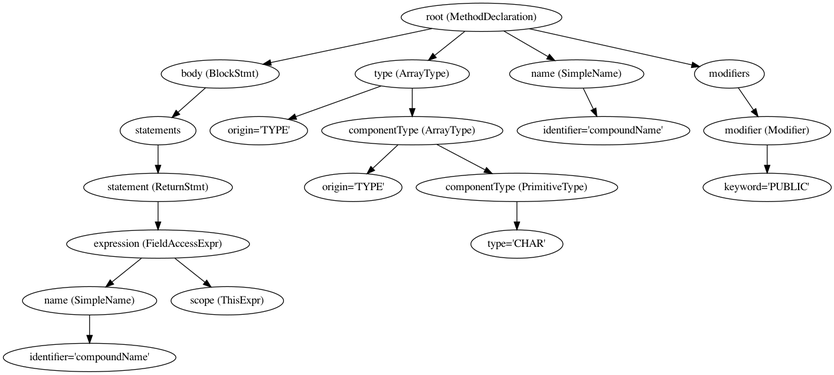
The Graphviz diagram target/classes/test.png in zhangyue-se/token-builder, before a commit. Its source is kept beside it as target/classes/test.dot.
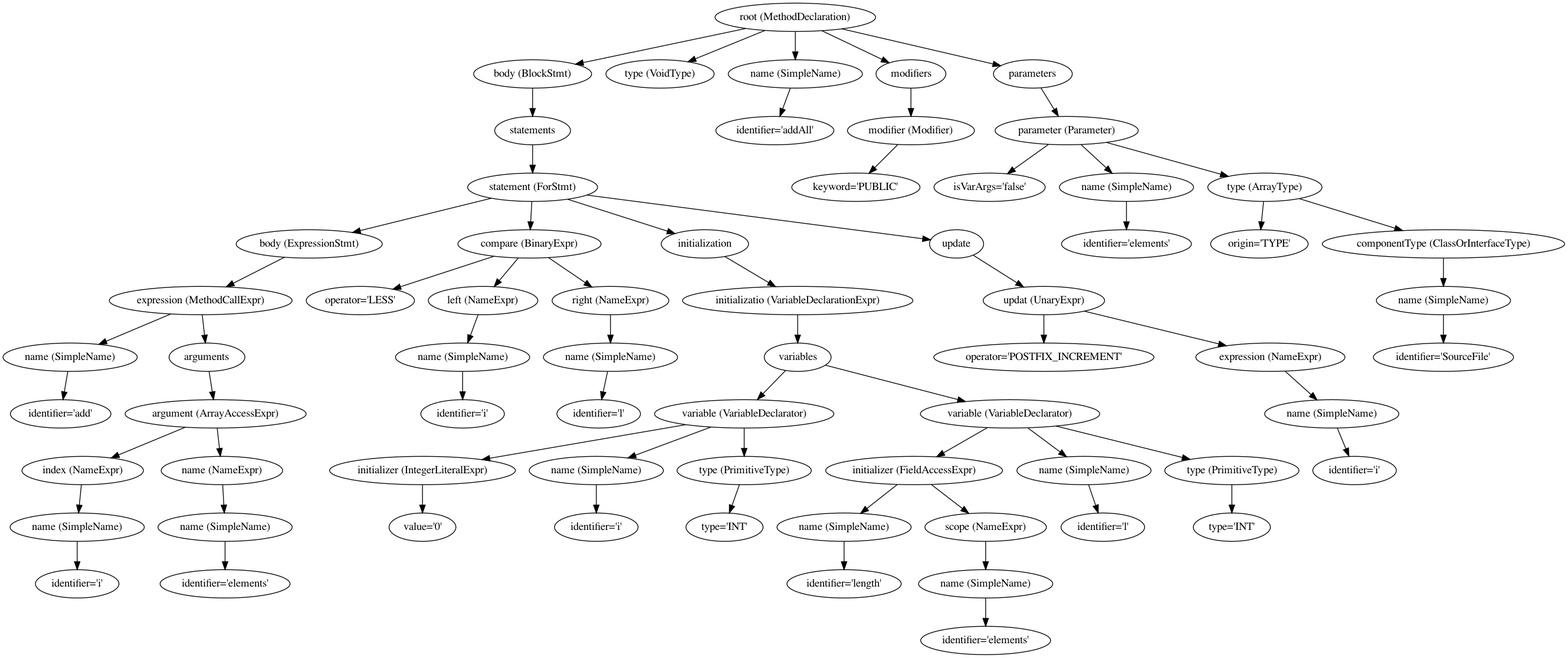
The same diagram one commit later.

Diff of the diagram source:
```diff
@@ -4,36 +4,132 @@
 n0 -> n1;
 n2 [label="statements"];
 n1 -> n2;
-n3 [label="statement (ReturnStmt)"];
+n3 [label="statement (ForStmt)"];
 n2 -> n3;
-n4 [label="expression (FieldAccessExpr)"];
+n4 [label="body (ExpressionStmt)"];
 n3 -> n4;
-n5 [label="name (SimpleName)"];
+n5 [label="expression (MethodCallExpr)"];
 n4 -> n5;
-n6 [label="identifier='compoundName'"];
+n6 [label="name (SimpleName)"];
 n5 -> n6;
-n7 [label="scope (ThisExpr)"];
-n4 -> n7;
-n8 [label="type (ArrayType)"];
-n0 -> n8;
-n9 [label="origin='TYPE'"];
+n7 [label="identifier='add'"];
+n6 -> n7;
+n8 [label="arguments"];
+n5 -> n8;
+n9 [label="argument (ArrayAccessExpr)"];
 n8 -> n9;
-n10 [label="componentType (ArrayType)"];
-n8 -> n10;
-n11 [label="origin='TYPE'"];
+n10 [label="index (NameExpr)"];
+n9 -> n10;
+n11 [label="name (SimpleName)"];
 n10 -> n11;
-n12 [label="componentType (PrimitiveType)"];
-n10 -> n12;
-n13 [label="type='CHAR'"];
-n12 -> n13;
+n12 [label="identifier='i'"];
+n11 -> n12;
+n13 [label="name (NameExpr)"];
+n9 -> n13;
 n14 [label="name (SimpleName)"];
-n0 -> n14;
-n15 [label="identifier='compoundName'"];
+n13 -> n14;
+n15 [label="identifier='elements'"];
 n14 -> n15;
-n16 [label="modifiers"];
-n0 -> n16;
-n17 [label="modifier (Modifier)"];
+n16 [label="compare (BinaryExpr)"];
+n3 -> n16;
+n17 [label="operator='LESS'"];
 n16 -> n17;
-n18 [label="keyword='PUBLIC'"];
-n17 -> n18;
+n18 [label="left (NameExpr)"];
+n16 -> n18;
+n19 [label="name (SimpleName)"];
+n18 -> n19;
+n20 [label="identifier='i'"];
+n19 -> n20;
+n21 [label="right (NameExpr)"];
+n16 -> n21;
+n22 [label="name (SimpleName)"];
+n21 -> n22;
+n23 [label="identifier='l'"];
+n22 -> n23;
+n24 [label="initialization"];
+n3 -> n24;
+n25 [label="initializatio (VariableDeclarationExpr)"];
+n24 -> n25;
+n26 [label="variables"];
+n25 -> n26;
+n27 [label="variable (VariableDeclarator)"];
+n26 -> n27;
+n28 [label="initializer (IntegerLiteralExpr)"];
+n27 -> n28;
+n29 [label="value='0'"];
+n28 -> n29;
+n30 [label="name (SimpleName)"];
+n27 -> n30;
+n31 [label="identifier='i'"];
+n30 -> n31;
+n32 [label="type (PrimitiveType)"];
+n27 -> n32;
+n33 [label="type='INT'"];
+n32 -> n33;
+n34 [label="variable (VariableDeclarator)"];
+n26 -> n34;
+n35 [label="initializer (FieldAccessExpr)"];
+n34 -> n35;
+n36 [label="name (SimpleName)"];
+n35 -> n36;
+n37 [label="identifier='length'"];
+n36 -> n37;
+n38 [label="scope (NameExpr)"];
+n35 -> n38;
+n39 [label="name (SimpleName)"];
+n38 -> n39;
+n40 [label="identifier='elements'"];
+n39 -> n40;
+n41 [label="name (SimpleName)"];
+n34 -> n41;
+n42 [label="identifier='l'"];
+n41 -> n42;
+n43 [label="type (PrimitiveType)"];
+n34 -> n43;
+n44 [label="type='INT'"];
+n43 -> n44;
+n45 [label="update"];
+n3 -> n45;
+n46 [label="updat (UnaryExpr)"];
+n45 -> n46;
+n47 [label="operator='POSTFIX_INCREMENT'"];
+n46 -> n47;
+n48 [label="expression (NameExpr)"];
+n46 -> n48;
+n49 [label="name (SimpleName)"];
+n48 -> n49;
+n50 [label="identifier='i'"];
+n49 -> n50;
+n51 [label="type (VoidType)"];
+n0 -> n51;
+n52 [label="name (SimpleName)"];
+n0 -> n52;
+n53 [label="identifier='addAll'"];
+n52 -> n53;
+n54 [label="modifiers"];
+n0 -> n54;
+n55 [label="modifier (Modifier)"];
+n54 -> n55;
+n56 [label="keyword='PUBLIC'"];
+n55 -> n56;
+n57 [label="parameters"];
+n0 -> n57;
+n58 [label="parameter (Parameter)"];
+n57 -> n58;
+n59 [label="isVarArgs='false'"];
+n58 -> n59;
+n60 [label="name (SimpleName)"];
+n58 -> n60;
+n61 [label="identifier='elements'"];
+n60 -> n61;
+n62 [label="type (ArrayType)"];
+n58 -> n62;
+n63 [label="origin='TYPE'"];
+n62 -> n63;
+n64 [label="componentType (ClassOrInterfaceType)"];
+n62 -> n64;
+n65 [label="name (SimpleName)"];
+n64 -> n65;
+n66 [label="identifier='SourceFile'"];
+n65 -> n66;
 }
```
